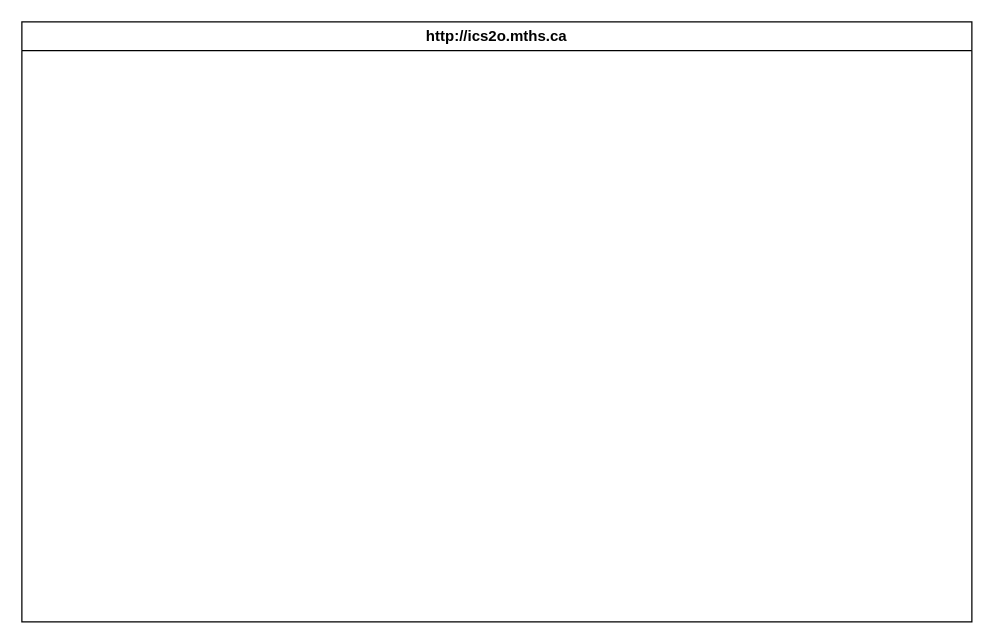
MTHS-ICS2O-2-2022/ICS2O-Unit-6-03-Yuri-Gabutero24 keeps this draw.io diagram as design/storyboard.drawio. Above is the earlier version. Source tidied: cells renumbered, new cells numbered last; positions are measured from the earlier drawing's top-left corner, leaving out a move shared by most shapes. Both pictures are drawn from the tidied source at 125%, with x=0, y=0 at pixel (21, 21).
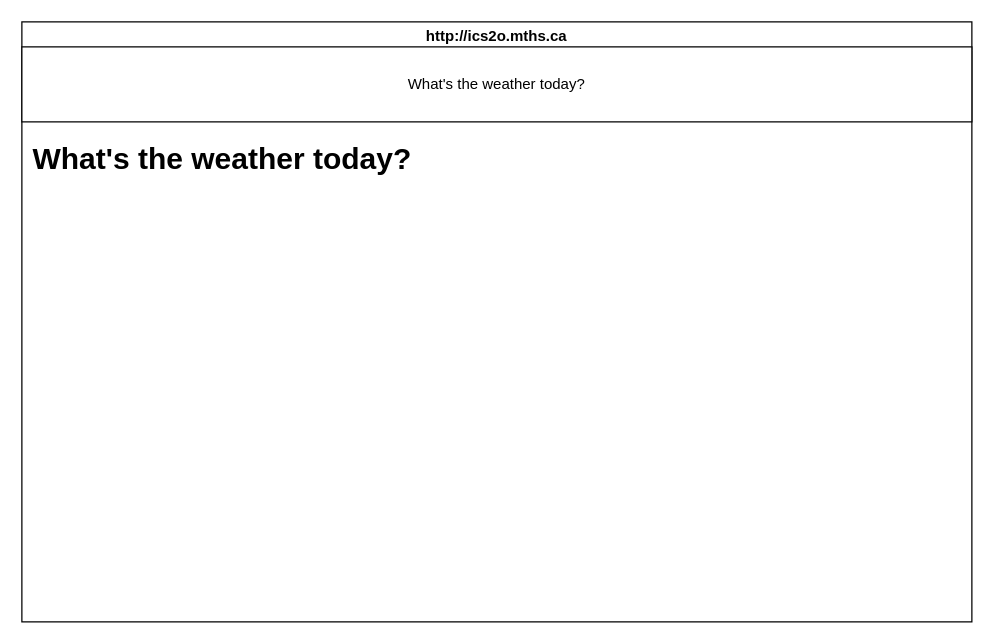
Above is the later version.

The edit, as a diff of the source:
```diff
@@
 <mxGraphModel>
   <root>
     <mxCell id="0" />
     <mxCell id="1" parent="0" />
     <mxCell id="2" value="http://ics2o.mths.ca" style="swimlane;whiteSpace=wrap;html=1;" parent="1" vertex="1">
       <mxGeometry width="760" height="480" as="geometry" />
     </mxCell>
+    <mxCell id="3" value="What's the weather today?" style="rounded=0;whiteSpace=wrap;html=1;" parent="2" vertex="1">
+      <mxGeometry y="20" width="760" height="60" as="geometry" />
+    </mxCell>
+    <mxCell id="4" value="What's the weather today?" style="text;strokeColor=none;fillColor=none;html=1;fontSize=24;fontStyle=1;verticalAlign=middle;align=center;" parent="2" vertex="1">
+      <mxGeometry x="110" y="90" width="100" height="40" as="geometry" />
+    </mxCell>
   </root>
 </mxGraphModel>
```
